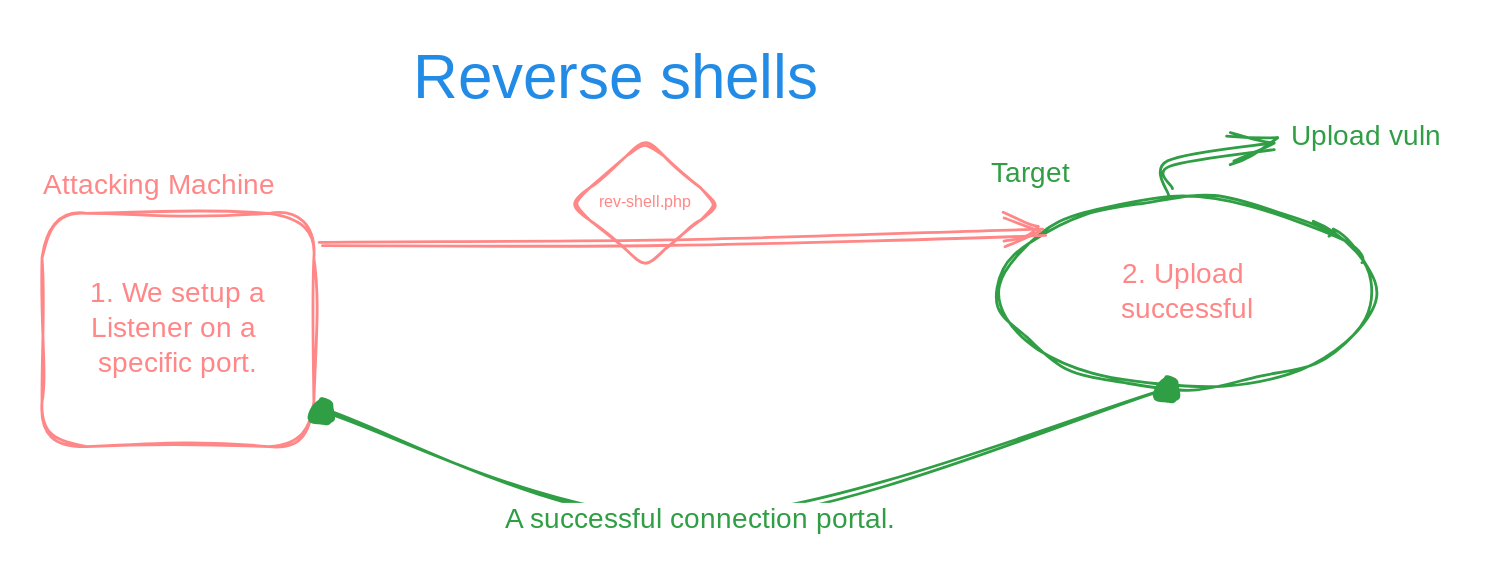
Above: .gitbook/assets/file.excalidraw (9).svg in 7ankalis/muninn-cpts (Excalidraw), before the change. Source tidied: one line per element, renumbered; positions are measured from the earlier drawing's top-left corner, leaving out a move shared by most shapes. The source it was exported from:
```json
{"id": 0, "type": "rectangle", "strokeColor": "#ff8787", "strokeWidth": 2, "roughness": 2, "round": true, "x": 0, "y": 122, "width": 194, "height": 167}
{"id": 1, "type": "text", "text": "1. We setup a\nListener on a \nspecific port.", "strokeColor": "#ff8787", "strokeWidth": 2, "roughness": 1, "fontSize": 20, "fontFamily": 1, "textAlign": "center", "verticalAlign": "middle", "inside": 0, "x": 26, "y": 168, "width": 142, "height": 75}
{"id": 2, "type": "ellipse", "strokeColor": "#2f9e44", "strokeWidth": 2, "roughness": 2, "round": true, "x": 684, "y": 111, "width": 268, "height": 136}
{"id": 3, "type": "text", "text": "2. Upload \nsuccessful", "strokeColor": "#ff8787", "strokeWidth": 2, "roughness": 2, "fontSize": 20, "fontFamily": 1, "textAlign": "center", "verticalAlign": "middle", "inside": 2, "x": 765, "y": 154, "width": 105, "height": 50}
{"id": 4, "type": "arrow", "strokeColor": "#ff8787", "strokeWidth": 2, "roughness": 2, "endArrowhead": "arrow", "round": true, "from": 0, "x": 198, "y": 145, "width": 519, "height": 9, "points": [[0, 0], [246, -2], [519, -9]]}
{"id": 5, "type": "arrow", "strokeColor": "#2f9e44", "strokeWidth": 2, "roughness": 2, "startArrowhead": "dot", "endArrowhead": "dot", "round": true, "to": 0, "x": 805, "y": 246, "width": 606, "height": 96, "points": [[0, 0], [-335, 96], [-606, 18]]}
{"id": 6, "type": "text", "text": "A successful connection portal.", "strokeColor": "#2f9e44", "strokeWidth": 2, "roughness": 2, "fontSize": 20, "fontFamily": 1, "textAlign": "center", "verticalAlign": "middle", "inside": 5, "x": 289, "y": 330, "width": 306, "height": 25}
{"id": 7, "type": "text", "text": "Attacking Machine", "strokeColor": "#ff8787", "strokeWidth": 2, "roughness": 2, "fontSize": 20, "fontFamily": 1, "x": 1, "y": 90, "width": 176, "height": 25}
{"id": 8, "type": "diamond", "strokeColor": "#ff8787", "strokeWidth": 2, "roughness": 1, "round": true, "x": 378, "y": 70, "width": 106, "height": 90}
{"id": 9, "type": "text", "text": "rev-shell.php", "strokeColor": "#ff8787", "strokeWidth": 2, "roughness": 2, "fontSize": 11.64, "fontFamily": 1, "x": 398, "y": 107, "width": 67, "height": 15}
{"id": 10, "type": "text", "text": "Target", "strokeColor": "#2f9e44", "strokeWidth": 2, "roughness": 2, "fontSize": 20, "fontFamily": 1, "x": 677, "y": 82, "width": 70, "height": 25}
{"id": 11, "type": "arrow", "strokeColor": "#2f9e44", "strokeWidth": 2, "roughness": 2, "endArrowhead": "arrow", "round": true, "from": 2, "to": 12, "x": 806, "y": 107, "width": 75, "height": 32, "points": [[0, 0], [-2, -20], [73, -32]]}
{"id": 12, "type": "text", "text": "Upload vuln", "strokeColor": "#2f9e44", "strokeWidth": 2, "roughness": 2, "fontSize": 20, "fontFamily": 1, "x": 892, "y": 55, "width": 112, "height": 25}
{"id": 13, "type": "text", "text": "Reverse shells", "strokeColor": "#228be6", "strokeWidth": 2, "roughness": 1, "fontSize": 44.55, "fontFamily": 1, "x": 265, "y": 0, "width": 310, "height": 56}
```
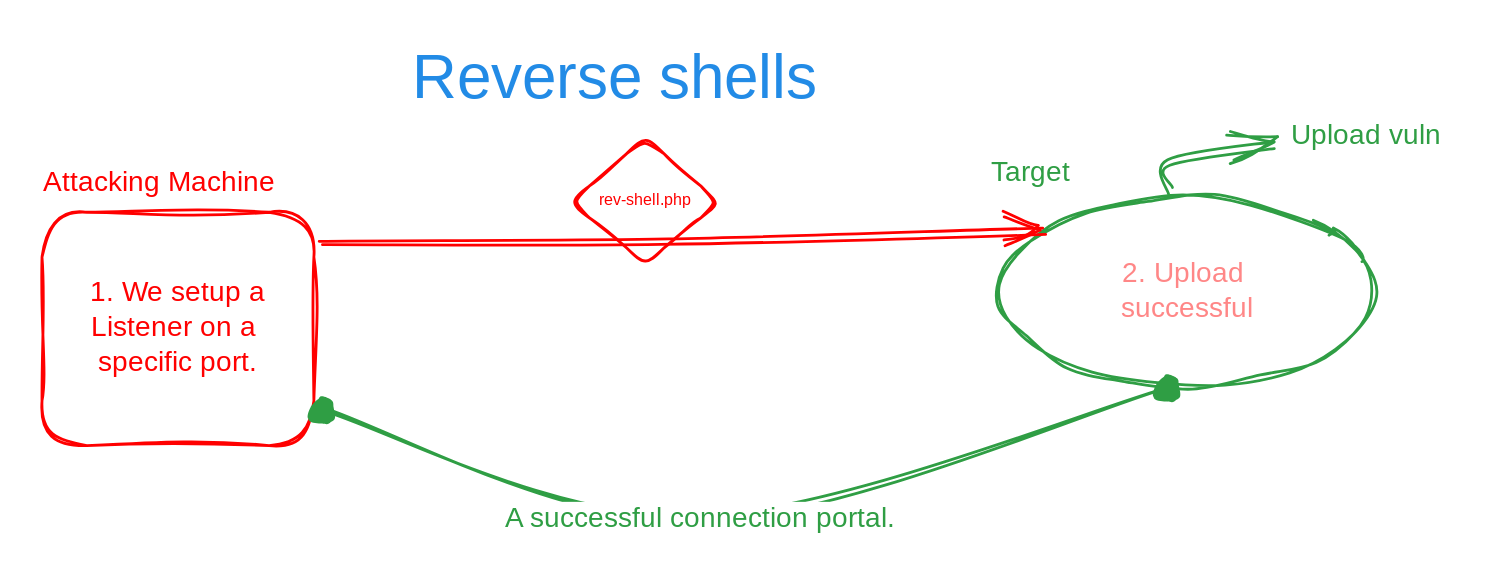
Above is the later version.

Commit message:
GITBOOK-69: Changed colors on Rev Shell

Change to the diagram source:
```diff
@@ -1,14 +1,14 @@
-{"id": 0, "type": "rectangle", "strokeColor": "#ff8787", "strokeWidth": 2, "roughness": 2, "round": true, "x": 0, "y": 122, "width": 194, "height": 167}
+{"id": 0, "type": "rectangle", "strokeColor": "#ff0000", "strokeWidth": 2, "roughness": 2, "round": true, "x": 0, "y": 122, "width": 194, "height": 167}
-{"id": 1, "type": "text", "text": "1. We setup a\nListener on a \nspecific port.", "strokeColor": "#ff8787", "strokeWidth": 2, "roughness": 1, "fontSize": 20, "fontFamily": 1, "textAlign": "center", "verticalAlign": "middle", "inside": 0, "x": 26, "y": 168, "width": 142, "height": 75}
+{"id": 1, "type": "text", "text": "1. We setup a\nListener on a \nspecific port.", "strokeColor": "#ff0000", "strokeWidth": 2, "roughness": 1, "fontSize": 20, "fontFamily": 1, "textAlign": "center", "verticalAlign": "middle", "inside": 0, "x": 26, "y": 168, "width": 142, "height": 75}
 {"id": 2, "type": "ellipse", "strokeColor": "#2f9e44", "strokeWidth": 2, "roughness": 2, "round": true, "x": 684, "y": 111, "width": 268, "height": 136}
 {"id": 3, "type": "text", "text": "2. Upload \nsuccessful", "strokeColor": "#ff8787", "strokeWidth": 2, "roughness": 2, "fontSize": 20, "fontFamily": 1, "textAlign": "center", "verticalAlign": "middle", "inside": 2, "x": 765, "y": 154, "width": 105, "height": 50}
-{"id": 4, "type": "arrow", "strokeColor": "#ff8787", "strokeWidth": 2, "roughness": 2, "endArrowhead": "arrow", "round": true, "from": 0, "x": 198, "y": 145, "width": 519, "height": 9, "points": [[0, 0], [246, -2], [519, -9]]}
+{"id": 4, "type": "arrow", "strokeColor": "#ff0000", "strokeWidth": 2, "roughness": 2, "endArrowhead": "arrow", "round": true, "from": 0, "x": 198, "y": 145, "width": 519, "height": 9, "points": [[0, 0], [246, -2], [519, -9]]}
 {"id": 5, "type": "arrow", "strokeColor": "#2f9e44", "strokeWidth": 2, "roughness": 2, "startArrowhead": "dot", "endArrowhead": "dot", "round": true, "to": 0, "x": 805, "y": 246, "width": 606, "height": 96, "points": [[0, 0], [-335, 96], [-606, 18]]}
 {"id": 6, "type": "text", "text": "A successful connection portal.", "strokeColor": "#2f9e44", "strokeWidth": 2, "roughness": 2, "fontSize": 20, "fontFamily": 1, "textAlign": "center", "verticalAlign": "middle", "inside": 5, "x": 289, "y": 330, "width": 306, "height": 25}
-{"id": 7, "type": "text", "text": "Attacking Machine", "strokeColor": "#ff8787", "strokeWidth": 2, "roughness": 2, "fontSize": 20, "fontFamily": 1, "x": 1, "y": 90, "width": 176, "height": 25}
+{"id": 7, "type": "text", "text": "Attacking Machine", "strokeColor": "#ff0000", "strokeWidth": 2, "roughness": 2, "fontSize": 20, "fontFamily": 1, "x": 1, "y": 90, "width": 176, "height": 25}
-{"id": 8, "type": "diamond", "strokeColor": "#ff8787", "strokeWidth": 2, "roughness": 1, "round": true, "x": 378, "y": 70, "width": 106, "height": 90}
+{"id": 8, "type": "diamond", "strokeColor": "#ff0000", "strokeWidth": 2, "roughness": 1, "round": true, "x": 378, "y": 69, "width": 106, "height": 90}
-{"id": 9, "type": "text", "text": "rev-shell.php", "strokeColor": "#ff8787", "strokeWidth": 2, "roughness": 2, "fontSize": 11.64, "fontFamily": 1, "x": 398, "y": 107, "width": 67, "height": 15}
+{"id": 9, "type": "text", "text": "rev-shell.php", "strokeColor": "#ff0000", "strokeWidth": 2, "roughness": 2, "fontSize": 11.64, "fontFamily": 1, "x": 398, "y": 106, "width": 67, "height": 15}
 {"id": 10, "type": "text", "text": "Target", "strokeColor": "#2f9e44", "strokeWidth": 2, "roughness": 2, "fontSize": 20, "fontFamily": 1, "x": 677, "y": 82, "width": 70, "height": 25}
 {"id": 11, "type": "arrow", "strokeColor": "#2f9e44", "strokeWidth": 2, "roughness": 2, "endArrowhead": "arrow", "round": true, "from": 2, "to": 12, "x": 806, "y": 107, "width": 75, "height": 32, "points": [[0, 0], [-2, -20], [73, -32]]}
 {"id": 12, "type": "text", "text": "Upload vuln", "strokeColor": "#2f9e44", "strokeWidth": 2, "roughness": 2, "fontSize": 20, "fontFamily": 1, "x": 892, "y": 55, "width": 112, "height": 25}
-{"id": 13, "type": "text", "text": "Reverse shells", "strokeColor": "#228be6", "strokeWidth": 2, "roughness": 1, "fontSize": 44.55, "fontFamily": 1, "x": 265, "y": 0, "width": 310, "height": 56}
+{"id": 13, "type": "text", "text": "Reverse shells", "strokeColor": "#228be6", "strokeWidth": 2, "roughness": 1, "fontSize": 44.55, "fontFamily": 1, "x": 264, "y": 1, "width": 310, "height": 56}
```
